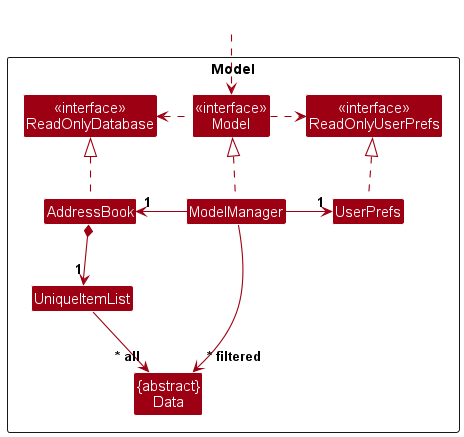
Earlier version of the PlantUML export docs/images/ModelClassDiagram.png (yanghengtang/tp). The source it was exported from:
```plantuml
@startuml
!include style.puml
skinparam arrowThickness 1.1
skinparam arrowColor MODEL_COLOR
skinparam classBackgroundColor MODEL_COLOR

Package Model as ModelPackage <<Rectangle>>{
Class "<<interface>>\nReadOnlyDatabase" as ReadOnlyDatabase
Class "<<interface>>\nReadOnlyUserPrefs" as ReadOnlyUserPrefs
Class "<<interface>>\nModel" as Model
Class AddressBook
Class ModelManager
Class UserPrefs

Class UniqueItemList
Class "{abstract}\nData" as Data

Class I #FFFFFF
}

Class HiddenOutside #FFFFFF
HiddenOutside ..> Model

AddressBook .up.|> ReadOnlyDatabase

ModelManager .up.|> Model
Model .right.> ReadOnlyUserPrefs
Model .left.> ReadOnlyDatabase
ModelManager -left-> "1" AddressBook
ModelManager -right-> "1" UserPrefs
UserPrefs .up.|> ReadOnlyUserPrefs

AddressBook *--> "1" UniqueItemList
UniqueItemList --> "~* all" Data

UniqueItemList -[hidden]right-> I

ModelManager --> "~* filtered" Data
@enduml
```
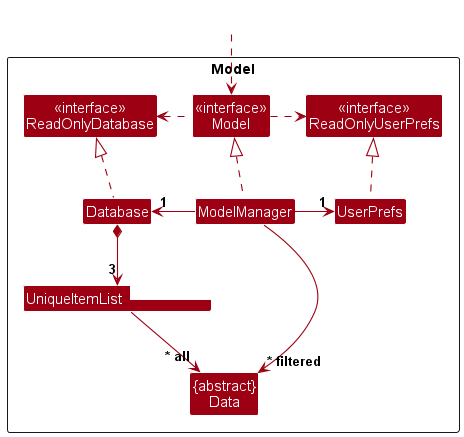
After the change.

Commit message:
Fix Model component diagram

Change to the diagram source:
```diff
@@ -8,11 +8,11 @@
 Class "<<interface>>\nReadOnlyDatabase" as ReadOnlyDatabase
 Class "<<interface>>\nReadOnlyUserPrefs" as ReadOnlyUserPrefs
 Class "<<interface>>\nModel" as Model
-Class AddressBook
+Class Database
 Class ModelManager
 Class UserPrefs
 
-Class UniqueItemList
+Class UniqueItemList<T extends Data>
 Class "{abstract}\nData" as Data
 
 Class I #FFFFFF
@@ -21,16 +21,16 @@
 Class HiddenOutside #FFFFFF
 HiddenOutside ..> Model
 
-AddressBook .up.|> ReadOnlyDatabase
+Database .up.|> ReadOnlyDatabase
 
 ModelManager .up.|> Model
 Model .right.> ReadOnlyUserPrefs
 Model .left.> ReadOnlyDatabase
-ModelManager -left-> "1" AddressBook
+ModelManager -left-> "1" Database
 ModelManager -right-> "1" UserPrefs
 UserPrefs .up.|> ReadOnlyUserPrefs
 
-AddressBook *--> "1" UniqueItemList
+Database *--> "3" UniqueItemList
 UniqueItemList --> "~* all" Data
 
 UniqueItemList -[hidden]right-> I
```
